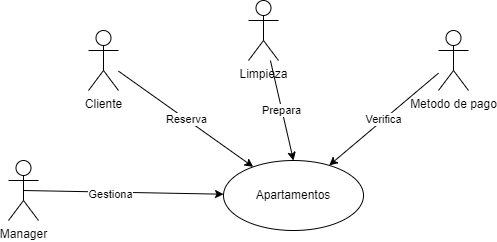
Yugurto7/Logirail-Project keeps this draw.io diagram as Diagramas/diagrama.png. Above is the earlier version. Source tidied: cells renumbered, new cells last; positions are measured from the earlier drawing's top-left corner, leaving out a move shared by most shapes.
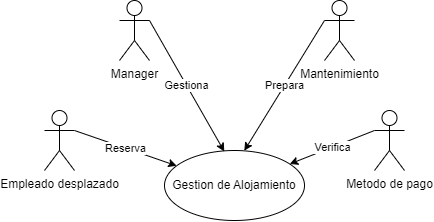
After the change.

What changed in the source:
```diff
@@ -2,35 +2,32 @@
   <root>
     <mxCell id="0" />
     <mxCell id="1" parent="0" />
-    <mxCell id="2" value="Apartamentos" style="ellipse;whiteSpace=wrap;html=1;" parent="1" vertex="1">
-      <mxGeometry x="215" y="160" width="140" height="70" as="geometry" />
+    <mxCell id="2" value="Gestion de Alojamiento" style="ellipse;whiteSpace=wrap;html=1;" parent="1" vertex="1">
+      <mxGeometry x="230" y="160" width="140" height="70" as="geometry" />
     </mxCell>
-    <mxCell id="3" value="Reserva" style="edgeStyle=none;html=1;" parent="1" edge="1" source="4" target="2">
+    <mxCell id="3" value="Reserva" style="edgeStyle=none;html=1;exitX=1;exitY=0.3333333333333333;exitDx=0;exitDy=0;exitPerimeter=0;" parent="1" edge="1" source="4" target="2">
       <mxGeometry relative="1" as="geometry" />
     </mxCell>
-    <mxCell id="4" value="Cliente&lt;br&gt;" style="shape=umlActor;verticalLabelPosition=bottom;verticalAlign=top;html=1;" parent="1" vertex="1">
-      <mxGeometry x="80" y="30" width="30" height="60" as="geometry" />
+    <mxCell id="4" value="Empleado desplazado" style="shape=umlActor;verticalLabelPosition=bottom;verticalAlign=top;html=1;" parent="1" vertex="1">
+      <mxGeometry x="110" y="120" width="30" height="60" as="geometry" />
     </mxCell>
-    <mxCell id="5" value="Prepara" style="edgeStyle=none;html=1;entryX=0.5;entryY=0;entryDx=0;entryDy=0;" parent="1" edge="1" source="6" target="2">
+    <mxCell id="5" value="Prepara" style="edgeStyle=none;html=1;entryX=0.57;entryY=0.003;entryDx=0;entryDy=0;exitX=0;exitY=0.3333333333333333;exitDx=0;exitDy=0;exitPerimeter=0;entryPerimeter=0;" parent="1" edge="1" source="6" target="2">
       <mxGeometry relative="1" as="geometry" />
     </mxCell>
-    <mxCell id="6" value="Limpieza&lt;br&gt;" style="shape=umlActor;verticalLabelPosition=bottom;verticalAlign=top;html=1;" parent="1" vertex="1">
-      <mxGeometry x="240" width="30" height="60" as="geometry" />
+    <mxCell id="6" value="Mantenimiento" style="shape=umlActor;verticalLabelPosition=bottom;verticalAlign=top;html=1;" parent="1" vertex="1">
+      <mxGeometry x="390" y="10" width="30" height="60" as="geometry" />
     </mxCell>
-    <mxCell id="7" value="Verifica" style="edgeStyle=none;html=1;" parent="1" edge="1" source="8" target="2">
+    <mxCell id="7" value="Verifica" style="edgeStyle=none;html=1;exitX=0;exitY=0.3333333333333333;exitDx=0;exitDy=0;exitPerimeter=0;" parent="1" edge="1" source="8" target="2">
       <mxGeometry relative="1" as="geometry" />
     </mxCell>
     <mxCell id="8" value="Metodo de pago&lt;br&gt;" style="shape=umlActor;verticalLabelPosition=bottom;verticalAlign=top;html=1;" parent="1" vertex="1">
-      <mxGeometry x="430" y="30" width="30" height="60" as="geometry" />
+      <mxGeometry x="440" y="120" width="30" height="60" as="geometry" />
     </mxCell>
-    <mxCell id="9" style="edgeStyle=none;html=1;exitX=0.5;exitY=0.5;exitDx=0;exitDy=0;exitPerimeter=0;" parent="1" edge="1" source="11" target="2">
-      <mxGeometry relative="1" as="geometry" />
-    </mxCell>
-    <mxCell id="10" value="Gestiona" style="edgeLabel;html=1;align=center;verticalAlign=middle;" parent="9" vertex="1">
-      <mxGeometry x="-0.13" y="-2" relative="1" as="geometry" />
+    <mxCell id="10" value="Gestiona" style="edgeStyle=none;html=1;entryX=0.427;entryY=0.014;entryDx=0;entryDy=0;exitX=1;exitY=0.3333333333333333;exitDx=0;exitDy=0;exitPerimeter=0;entryPerimeter=0;" parent="1" edge="1" source="11" target="2">
+      <mxGeometry relative="1" as="geometry" />
     </mxCell>
     <mxCell id="11" value="Manager" style="shape=umlActor;verticalLabelPosition=bottom;verticalAlign=top;html=1;" parent="1" vertex="1">
-      <mxGeometry y="160" width="30" height="60" as="geometry" />
+      <mxGeometry x="185" y="10" width="30" height="60" as="geometry" />
     </mxCell>
   </root>
 </mxGraphModel>
```
